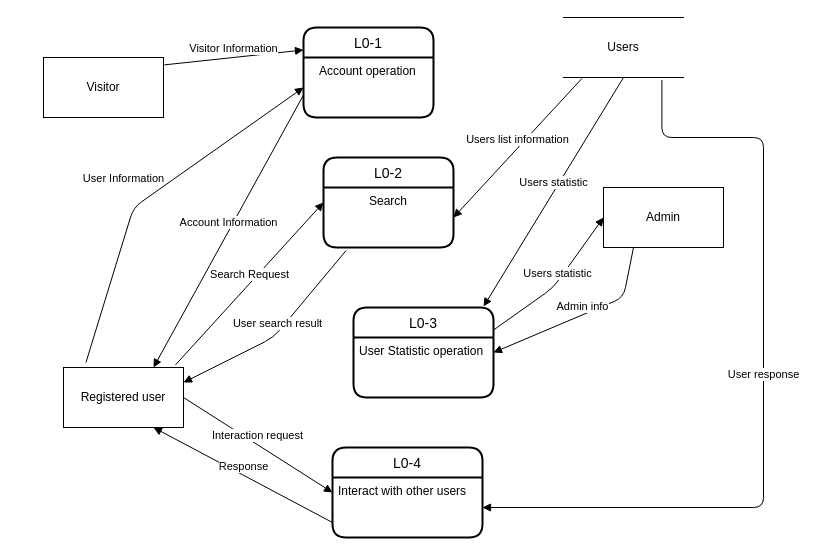
This is Documentation/Diagrams/DFD/Level0.drawio from DavidDoanT/Project_DuoLegend, a draw.io file, before an edit. Source tidied: cells renumbered, new cells numbered last; positions are measured from the earlier drawing's top-left corner, leaving out a move shared by most shapes. Both pictures are drawn from the tidied source at 100%, with x=0, y=0 at pixel (43, 17).
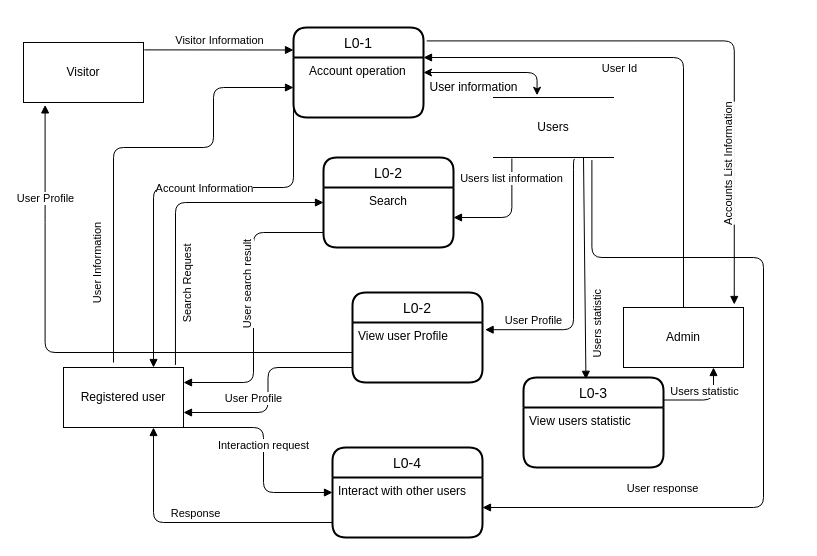
Above is the later version.

Unchanged cells that the change refers to:
```xml
<mxCell id="3" value="Registered user" style="rounded=0;whiteSpace=wrap;html=1;" parent="1" vertex="1">
  <mxGeometry x="20" y="350" width="120" height="60" as="geometry" />
</mxCell>
<mxCell id="6" value="   Account operation" style="align=left;strokeColor=none;fillColor=none;spacingLeft=4;fontSize=12;verticalAlign=top;" parent="5" vertex="1">
  <mxGeometry y="30" width="130" height="60" as="geometry" />
</mxCell>
<mxCell id="8" value="            Search" style="align=left;strokeColor=none;fillColor=none;spacingLeft=4;fontSize=12;verticalAlign=top;" parent="7" vertex="1">
  <mxGeometry y="30" width="130" height="60" as="geometry" />
</mxCell>
<mxCell id="12" value="Interact with other users" style="align=left;strokeColor=none;fillColor=none;spacingLeft=4;fontSize=12;verticalAlign=top;" parent="11" vertex="1">
  <mxGeometry y="30" width="150" height="60" as="geometry" />
</mxCell>
```

Change to the diagram source:
```diff
@@
     <mxCell id="2" value="Visitor" style="rounded=0;whiteSpace=wrap;html=1;" parent="1" vertex="1">
-      <mxGeometry y="40" width="120" height="60" as="geometry" />
+      <mxGeometry x="-20" y="25" width="120" height="60" as="geometry" />
     </mxCell>
@@
     <mxCell id="4" value="Admin" style="rounded=0;whiteSpace=wrap;html=1;" parent="1" vertex="1">
-      <mxGeometry x="560" y="170" width="120" height="60" as="geometry" />
+      <mxGeometry x="580" y="290" width="120" height="60" as="geometry" />
     </mxCell>
     <mxCell id="5" value="L0-1" style="swimlane;horizontal=1;startSize=30;rounded=1;fontSize=14;fontStyle=0;strokeWidth=2;shadow=0;dashed=0;align=center;" parent="1" vertex="1">
-      <mxGeometry x="260" y="10" width="130" height="90" as="geometry" />
+      <mxGeometry x="250" y="10" width="130" height="90" as="geometry" />
     </mxCell>
@@
     <mxCell id="9" value="L0-3" style="swimlane;horizontal=1;startSize=30;rounded=1;fontSize=14;fontStyle=0;strokeWidth=2;shadow=0;dashed=0;align=center;" parent="1" vertex="1">
-      <mxGeometry x="310" y="290" width="140" height="90" as="geometry" />
+      <mxGeometry x="480" y="360" width="140" height="90" as="geometry" />
     </mxCell>
-    <mxCell id="10" value="User Statistic operation" style="align=left;strokeColor=none;fillColor=none;spacingLeft=4;fontSize=12;verticalAlign=top;" parent="9" vertex="1">
+    <mxCell id="10" value="View users statistic" style="align=left;strokeColor=none;fillColor=none;spacingLeft=4;fontSize=12;verticalAlign=top;" parent="9" vertex="1">
       <mxGeometry y="30" width="140" height="60" as="geometry" />
     </mxCell>
@@
-    <mxCell id="14" value="Account Information" style="html=1;verticalAlign=bottom;endArrow=block;entryX=0.75;entryY=0;entryDx=0;entryDy=0;exitX=0;exitY=0.75;exitDx=0;exitDy=0;" parent="1" edge="1" source="5" target="3">
-      <mxGeometry relative="1" as="geometry" />
+    <mxCell id="14" value="Account Information" style="html=1;verticalAlign=bottom;endArrow=block;entryX=0.75;entryY=0;entryDx=0;entryDy=0;exitX=0;exitY=0.75;exitDx=0;exitDy=0;edgeStyle=orthogonalEdgeStyle;" parent="1" edge="1" source="5" target="3">
+      <mxGeometry x="-0.12" y="10" relative="1" as="geometry">
+        <Array as="points">
+          <mxPoint x="250" y="170" />
+          <mxPoint x="110" y="170" />
+        </Array>
+      </mxGeometry>
     </mxCell>
-    <mxCell id="15" value="Search Request" style="html=1;verticalAlign=bottom;endArrow=block;exitX=0.933;exitY=-0.043;exitDx=0;exitDy=0;exitPerimeter=0;entryX=0;entryY=0.25;entryDx=0;entryDy=0;" parent="1" edge="1" source="3" target="8">
-      <mxGeometry relative="1" as="geometry" />
+    <mxCell id="15" value="Search Request" style="html=1;verticalAlign=bottom;endArrow=block;exitX=0.933;exitY=-0.043;exitDx=0;exitDy=0;exitPerimeter=0;entryX=0;entryY=0.25;entryDx=0;entryDy=0;horizontal=0;edgeStyle=orthogonalEdgeStyle;" parent="1" edge="1" source="3" target="8">
+      <mxGeometry x="-0.5" y="-18" relative="1" as="geometry">
+        <Array as="points">
+          <mxPoint x="132" y="185" />
+        </Array>
+      </mxGeometry>
     </mxCell>
     <mxCell id="16" value="Users" style="shape=partialRectangle;whiteSpace=wrap;html=1;left=0;right=0;fillColor=none;" parent="1" vertex="1">
-      <mxGeometry x="520" width="120" height="60" as="geometry" />
+      <mxGeometry x="450" y="80" width="120" height="60" as="geometry" />
     </mxCell>
-    <mxCell id="17" value="Users list information" style="html=1;verticalAlign=bottom;endArrow=block;exitX=0.153;exitY=1.017;exitDx=0;exitDy=0;entryX=1;entryY=0.5;entryDx=0;entryDy=0;exitPerimeter=0;" parent="1" edge="1" source="16" target="8">
-      <mxGeometry relative="1" as="geometry" />
+    <mxCell id="17" value="Users list information" style="html=1;verticalAlign=bottom;endArrow=block;exitX=0.153;exitY=1.017;exitDx=0;exitDy=0;entryX=1;entryY=0.5;entryDx=0;entryDy=0;exitPerimeter=0;edgeStyle=orthogonalEdgeStyle;" parent="1" edge="1" source="16" target="8">
+      <mxGeometry x="-0.51" relative="1" as="geometry" />
     </mxCell>
-    <mxCell id="18" value="User search result" style="html=1;verticalAlign=bottom;endArrow=block;entryX=1;entryY=0.25;entryDx=0;entryDy=0;exitX=0.174;exitY=1.05;exitDx=0;exitDy=0;exitPerimeter=0;" parent="1" edge="1" source="8" target="3">
-      <mxGeometry relative="1" as="geometry">
-        <Array as="points">
-          <mxPoint x="230" y="320" />
-        </Array>
-      </mxGeometry>
+    <mxCell id="18" value="User search result" style="html=1;verticalAlign=bottom;endArrow=block;entryX=1;entryY=0.25;entryDx=0;entryDy=0;exitX=0;exitY=0.75;exitDx=0;exitDy=0;edgeStyle=orthogonalEdgeStyle;horizontal=0;" parent="1" edge="1" source="8" target="3">
+      <mxGeometry x="-0.14" relative="1" as="geometry" />
     </mxCell>
-    <mxCell id="19" value="Admin info" style="html=1;verticalAlign=bottom;endArrow=block;entryX=1;entryY=0.25;entryDx=0;entryDy=0;exitX=0.25;exitY=1;exitDx=0;exitDy=0;" parent="1" edge="1" source="4" target="10">
-      <mxGeometry relative="1" as="geometry">
-        <Array as="points">
-          <mxPoint x="580" y="280" />
-        </Array>
-      </mxGeometry>
-    </mxCell>
-    <mxCell id="20" value="Users statistic" style="html=1;verticalAlign=bottom;endArrow=block;entryX=0.929;entryY=-0.011;entryDx=0;entryDy=0;exitX=0.5;exitY=1;exitDx=0;exitDy=0;entryPerimeter=0;" parent="1" edge="1" source="16" target="9">
-      <mxGeometry relative="1" as="geometry" />
+    <mxCell id="20" value="Users statistic" style="html=1;verticalAlign=bottom;endArrow=block;exitX=0.75;exitY=1;exitDx=0;exitDy=0;entryX=0.446;entryY=0.02;entryDx=0;entryDy=0;entryPerimeter=0;horizontal=0;" parent="1" edge="1" source="16" target="9">
+      <mxGeometry x="0.53" y="18" relative="1" as="geometry" />
     </mxCell>
-    <mxCell id="21" value="Users statistic" style="html=1;verticalAlign=bottom;endArrow=block;entryX=0;entryY=0.5;entryDx=0;entryDy=0;exitX=1;exitY=0.25;exitDx=0;exitDy=0;" parent="1" edge="1" source="9" target="4">
-      <mxGeometry relative="1" as="geometry">
-        <Array as="points">
-          <mxPoint x="510" y="270" />
-        </Array>
-      </mxGeometry>
+    <mxCell id="21" value="Users statistic" style="html=1;verticalAlign=bottom;endArrow=block;entryX=0.75;entryY=1;entryDx=0;entryDy=0;exitX=1;exitY=0.25;exitDx=0;exitDy=0;edgeStyle=orthogonalEdgeStyle;" parent="1" edge="1" source="9" target="4">
+      <mxGeometry relative="1" as="geometry" />
     </mxCell>
-    <mxCell id="22" value="Interaction request" style="html=1;verticalAlign=bottom;endArrow=block;entryX=0;entryY=0.25;entryDx=0;entryDy=0;exitX=1;exitY=0.5;exitDx=0;exitDy=0;" parent="1" edge="1" source="3" target="12">
-      <mxGeometry relative="1" as="geometry" />
+    <mxCell id="22" value="Interaction request" style="html=1;verticalAlign=bottom;endArrow=block;entryX=0;entryY=0.25;entryDx=0;entryDy=0;edgeStyle=orthogonalEdgeStyle;exitX=1;exitY=1;exitDx=0;exitDy=0;" parent="1" edge="1" source="3" target="12">
+      <mxGeometry relative="1" as="geometry">
+        <Array as="points">
+          <mxPoint x="220" y="410" />
+          <mxPoint x="220" y="475" />
+        </Array>
+      </mxGeometry>
     </mxCell>
-    <mxCell id="23" value="Response" style="html=1;verticalAlign=bottom;endArrow=block;entryX=0.75;entryY=1;entryDx=0;entryDy=0;exitX=0;exitY=0.75;exitDx=0;exitDy=0;" parent="1" edge="1" source="12" target="3">
+    <mxCell id="23" value="Response" style="html=1;verticalAlign=bottom;endArrow=block;entryX=0.75;entryY=1;entryDx=0;entryDy=0;exitX=0;exitY=0.75;exitDx=0;exitDy=0;edgeStyle=orthogonalEdgeStyle;" parent="1" edge="1" source="12" target="3">
       <mxGeometry relative="1" as="geometry" />
     </mxCell>
     <mxCell id="24" value="User response" style="html=1;verticalAlign=bottom;endArrow=block;entryX=1;entryY=0.5;entryDx=0;entryDy=0;exitX=0.82;exitY=1.043;exitDx=0;exitDy=0;exitPerimeter=0;edgeStyle=orthogonalEdgeStyle;" parent="1" edge="1" source="16" target="12">
-      <mxGeometry relative="1" as="geometry">
+      <mxGeometry x="0.55" y="-10" relative="1" as="geometry">
         <Array as="points">
-          <mxPoint x="618" y="120" />
-          <mxPoint x="720" y="120" />
+          <mxPoint x="548" y="240" />
+          <mxPoint x="720" y="240" />
           <mxPoint x="720" y="490" />
         </Array>
       </mxGeometry>
     </mxCell>
-    <mxCell id="25" value="User Information" style="html=1;verticalAlign=bottom;endArrow=block;entryX=0;entryY=0.5;entryDx=0;entryDy=0;exitX=0.187;exitY=-0.083;exitDx=0;exitDy=0;exitPerimeter=0;" parent="1" edge="1" source="3" target="6">
-      <mxGeometry x="-0.11" y="22" relative="1" as="geometry">
+    <mxCell id="25" value="User Information" style="html=1;verticalAlign=bottom;endArrow=block;entryX=0;entryY=0.5;entryDx=0;entryDy=0;edgeStyle=orthogonalEdgeStyle;horizontal=0;" parent="1" edge="1" target="6">
+      <mxGeometry x="-0.58" y="10" relative="1" as="geometry">
+        <mxPoint x="70" y="345" as="sourcePoint" />
         <Array as="points">
-          <mxPoint x="90" y="190" />
+          <mxPoint x="70" y="345" />
+          <mxPoint x="70" y="130" />
+          <mxPoint x="170" y="130" />
+          <mxPoint x="170" y="70" />
         </Array>
       </mxGeometry>
     </mxCell>
+    <mxCell id="26" style="endArrow=classic;startArrow=classic;html=1;edgeStyle=orthogonalEdgeStyle;exitX=1;exitY=0.25;exitDx=0;exitDy=0;entryX=0.363;entryY=-0.037;entryDx=0;entryDy=0;entryPerimeter=0;" parent="1" edge="1" source="6" target="16">
+      <mxGeometry relative="1" as="geometry">
+        <Array as="points">
+          <mxPoint x="494" y="55" />
+        </Array>
+      </mxGeometry>
+    </mxCell>
+    <mxCell id="27" value="User information" style="text;html=1;align=center;verticalAlign=middle;strokeColor=none;" parent="1" vertex="1">
+      <mxGeometry x="380" y="60" width="100" height="20" as="geometry" />
+    </mxCell>
+    <mxCell id="28" value="Accounts List Information" style="html=1;verticalAlign=bottom;endArrow=block;edgeStyle=orthogonalEdgeStyle;exitX=1.025;exitY=0.149;exitDx=0;exitDy=0;exitPerimeter=0;entryX=0.923;entryY=-0.05;entryDx=0;entryDy=0;entryPerimeter=0;textDirection=ltr;horizontal=0;" parent="1" edge="1" source="5" target="4">
+      <mxGeometry x="0.52" relative="1" as="geometry" />
+    </mxCell>
+    <mxCell id="29" value="User Id" style="html=1;verticalAlign=bottom;endArrow=block;exitX=0.5;exitY=0;exitDx=0;exitDy=0;entryX=1;entryY=0;entryDx=0;entryDy=0;edgeStyle=orthogonalEdgeStyle;" parent="1" edge="1" source="4" target="6">
+      <mxGeometry x="0.23" y="20" relative="1" as="geometry">
+        <Array as="points">
+          <mxPoint x="640" y="40" />
+        </Array>
+      </mxGeometry>
+    </mxCell>
+    <mxCell id="30" value="L0-2" style="swimlane;horizontal=1;startSize=30;rounded=1;fontSize=14;fontStyle=0;strokeWidth=2;shadow=0;dashed=0;align=center;" parent="1" vertex="1">
+      <mxGeometry x="309" y="275" width="130" height="90" as="geometry" />
+    </mxCell>
+    <mxCell id="31" value="View user Profile" style="align=left;strokeColor=none;fillColor=none;spacingLeft=4;fontSize=12;verticalAlign=top;" parent="30" vertex="1">
+      <mxGeometry y="30" width="130" height="60" as="geometry" />
+    </mxCell>
+    <mxCell id="32" value="User Profile" style="html=1;verticalAlign=bottom;endArrow=block;exitX=0.677;exitY=1.03;exitDx=0;exitDy=0;entryX=1.02;entryY=0.12;entryDx=0;entryDy=0;entryPerimeter=0;exitPerimeter=0;edgeStyle=orthogonalEdgeStyle;horizontal=1;" parent="1" edge="1" source="16" target="31">
+      <mxGeometry x="0.63" relative="1" as="geometry">
+        <Array as="points">
+          <mxPoint x="530" y="142" />
+          <mxPoint x="530" y="312" />
+        </Array>
+      </mxGeometry>
+    </mxCell>
+    <mxCell id="33" value="User Profile" style="html=1;verticalAlign=bottom;endArrow=block;exitX=0;exitY=0.75;exitDx=0;exitDy=0;horizontal=1;entryX=1;entryY=0.75;entryDx=0;entryDy=0;edgeStyle=orthogonalEdgeStyle;" parent="1" edge="1" source="31" target="3">
+      <mxGeometry x="0.35" y="-5" relative="1" as="geometry" />
+    </mxCell>
+    <mxCell id="34" value="User Profile" style="html=1;verticalAlign=bottom;endArrow=block;horizontal=1;exitX=0;exitY=0.5;exitDx=0;exitDy=0;entryX=0.18;entryY=1.04;entryDx=0;entryDy=0;entryPerimeter=0;edgeStyle=orthogonalEdgeStyle;" parent="1" edge="1" source="31" target="2">
+      <mxGeometry x="0.63" relative="1" as="geometry" />
+    </mxCell>
```
